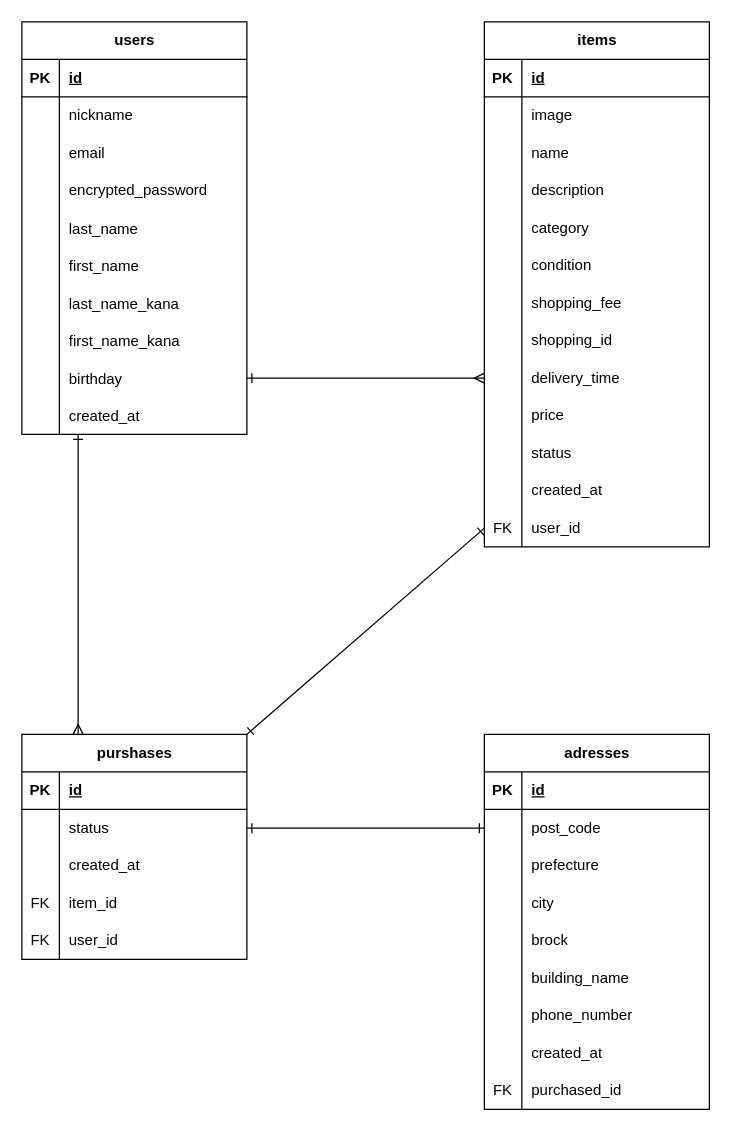
Above: app/views/furima.dio in sayaka-mi/furima-42188 (draw.io), before the change. Source tidied: cells renumbered, new cells numbered last; positions are measured from the earlier drawing's top-left corner, leaving out a move shared by most shapes. Both pictures are drawn from the tidied source at 125%, with x=0, y=0 at pixel (21, 21).
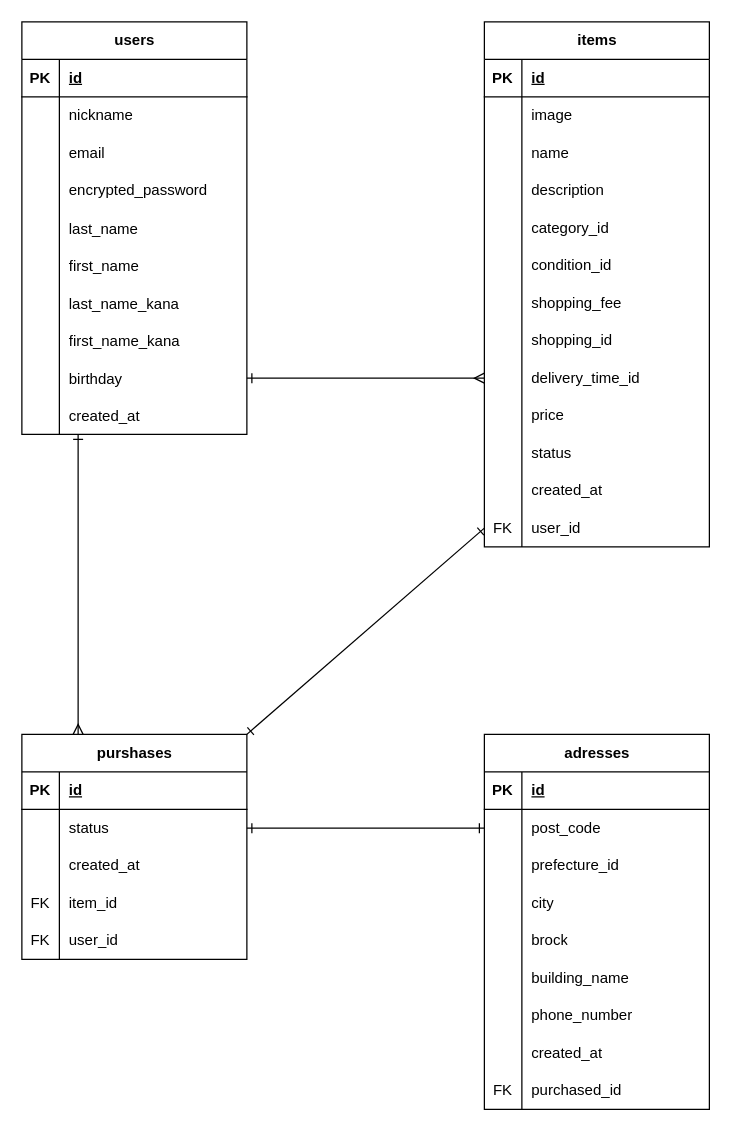
Above is the later version.

Commit message (it also covers changes not shown here):
カラム、ER図修正

Unchanged cells that the change refers to:
```xml
<mxCell id="15" style="shape=tableRow;horizontal=0;startSize=0;swimlaneHead=0;swimlaneBody=0;fillColor=none;top=0;left=0;right=0;bottom=0;" parent="2" vertex="1">
  <mxGeometry y="150" width="180" height="30" as="geometry" />
</mxCell>
<mxCell id="18" style="shape=tableRow;horizontal=0;startSize=0;swimlaneHead=0;swimlaneBody=0;fillColor=none;top=0;left=0;right=0;bottom=0;" parent="2" vertex="1">
  <mxGeometry y="180" width="180" height="30" as="geometry" />
</mxCell>
<mxCell id="27" style="shape=tableRow;horizontal=0;startSize=0;swimlaneHead=0;swimlaneBody=0;fillColor=none;points=[[0,0.5],[1,0.5]];portConstraint=eastwest;top=0;left=0;right=0;bottom=0;" parent="2" vertex="1">
  <mxGeometry y="270" width="180" height="30" as="geometry" />
</mxCell>
<mxCell id="97" style="shape=tableRow;horizontal=0;startSize=0;swimlaneHead=0;swimlaneBody=0;fillColor=none;top=0;left=0;right=0;bottom=0;" parent="90" vertex="1">
  <mxGeometry y="90" width="180" height="30" as="geometry" />
</mxCell>
```

Diff of the diagram source:
```diff
@@
-    <mxCell id="17" value="category" style="shape=partialRectangle;fillColor=none;top=0;left=0;bottom=0;right=0;align=left;spacingLeft=6;overflow=hidden;whiteSpace=wrap;html=1;" parent="15" vertex="1">
+    <mxCell id="17" value="category_id" style="shape=partialRectangle;fillColor=none;top=0;left=0;bottom=0;right=0;align=left;spacingLeft=6;overflow=hidden;whiteSpace=wrap;html=1;" parent="15" vertex="1">
       <mxGeometry x="30" width="150" height="30" as="geometry" />
     </mxCell>
@@
-    <mxCell id="20" value="condition" style="shape=partialRectangle;fillColor=none;top=0;left=0;bottom=0;right=0;align=left;spacingLeft=6;overflow=hidden;whiteSpace=wrap;html=1;" parent="18" vertex="1">
+    <mxCell id="20" value="condition_id" style="shape=partialRectangle;fillColor=none;top=0;left=0;bottom=0;right=0;align=left;spacingLeft=6;overflow=hidden;whiteSpace=wrap;html=1;" parent="18" vertex="1">
       <mxGeometry x="30" width="150" height="30" as="geometry" />
     </mxCell>
@@
-    <mxCell id="29" value="delivery_time" style="shape=partialRectangle;fillColor=none;top=0;left=0;bottom=0;right=0;align=left;spacingLeft=6;overflow=hidden;whiteSpace=wrap;html=1;" parent="27" vertex="1">
+    <mxCell id="29" value="delivery_time_id" style="shape=partialRectangle;fillColor=none;top=0;left=0;bottom=0;right=0;align=left;spacingLeft=6;overflow=hidden;whiteSpace=wrap;html=1;" parent="27" vertex="1">
       <mxGeometry x="30" width="150" height="30" as="geometry" />
     </mxCell>
@@
-    <mxCell id="99" value="prefecture" style="shape=partialRectangle;fillColor=none;top=0;left=0;bottom=0;right=0;align=left;spacingLeft=6;overflow=hidden;whiteSpace=wrap;html=1;" parent="97" vertex="1">
+    <mxCell id="99" value="prefecture_id" style="shape=partialRectangle;fillColor=none;top=0;left=0;bottom=0;right=0;align=left;spacingLeft=6;overflow=hidden;whiteSpace=wrap;html=1;" parent="97" vertex="1">
       <mxGeometry x="30" width="150" height="30" as="geometry" />
     </mxCell>
```
